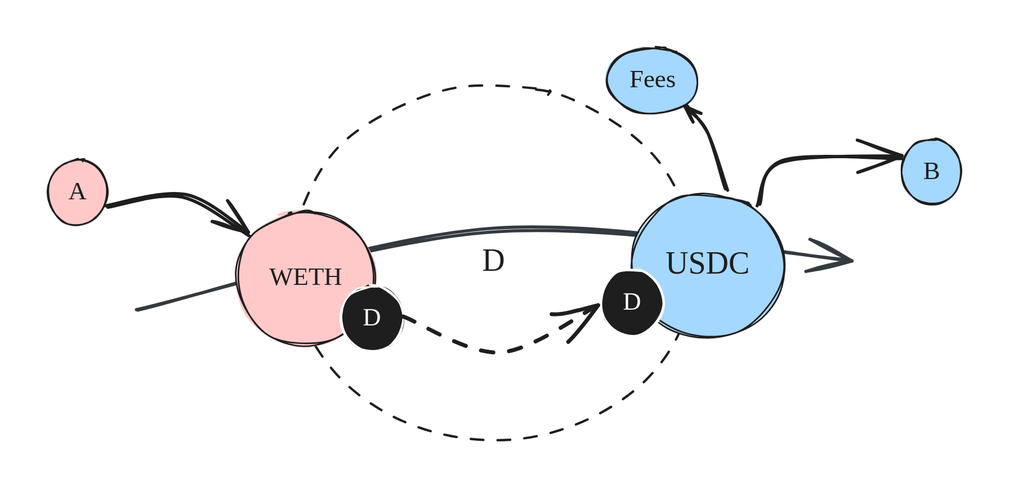
The Excalidraw diagram .gitbook/assets/file.excalidraw (7).svg in decaswap-labs/docs, before a commit. Source tidied: one line per element, renumbered; positions are measured from the earlier drawing's top-left corner, leaving out a move shared by most shapes.
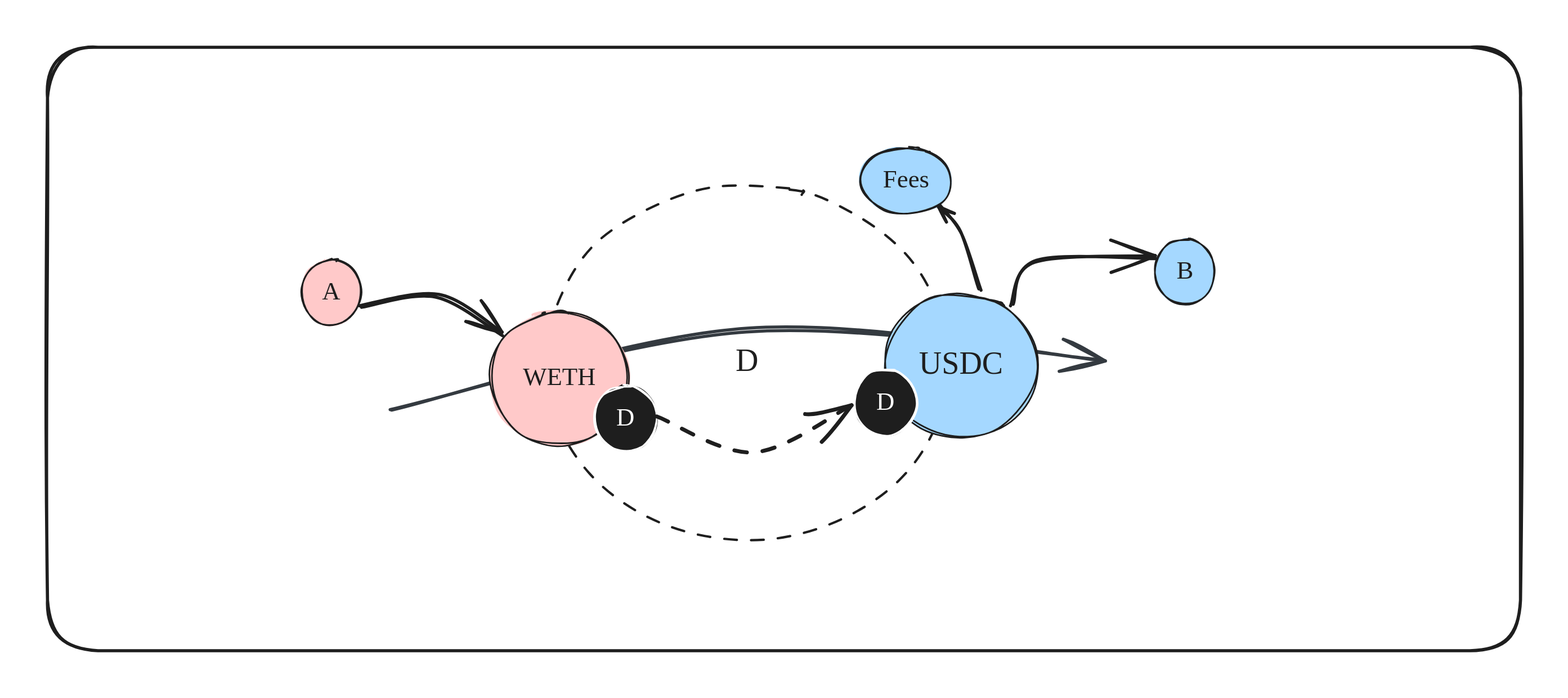
After the commit.

The edit, as a diff of the source:
```diff
@@ -19,3 +19,4 @@
 {"id": 18, "type": "ellipse", "strokeColor": "#1e1e1e", "backgroundColor": "#a5d8ff", "fillStyle": "solid", "strokeWidth": 1, "roughness": 1, "round": true, "x": 355, "y": 72, "width": 58, "height": 42}
 {"id": 19, "type": "text", "text": "Fees", "strokeColor": "#1e1e1e", "backgroundColor": "#b2f2bb", "fillStyle": "solid", "strokeWidth": 1, "roughness": 0, "fontSize": 16, "fontFamily": 5, "textAlign": "center", "verticalAlign": "middle", "inside": 18, "x": 369, "y": 84, "width": 29, "height": 20}
 {"id": 20, "type": "arrow", "strokeColor": "#1e1e1e", "backgroundColor": "#b2f2bb", "fillStyle": "solid", "strokeWidth": 2, "roughness": 1, "endArrowhead": "arrow", "round": true, "from": 3, "to": 18, "x": 432, "y": 163, "width": 26, "height": 53, "points": [[0, 0], [-13, -36], [-26, -53]]}
+{"id": 21, "type": "rectangle", "strokeColor": "#1e1e1e", "strokeWidth": 2, "roughness": 1, "round": true, "x": -161, "y": 9, "width": 935, "height": 383}
```
